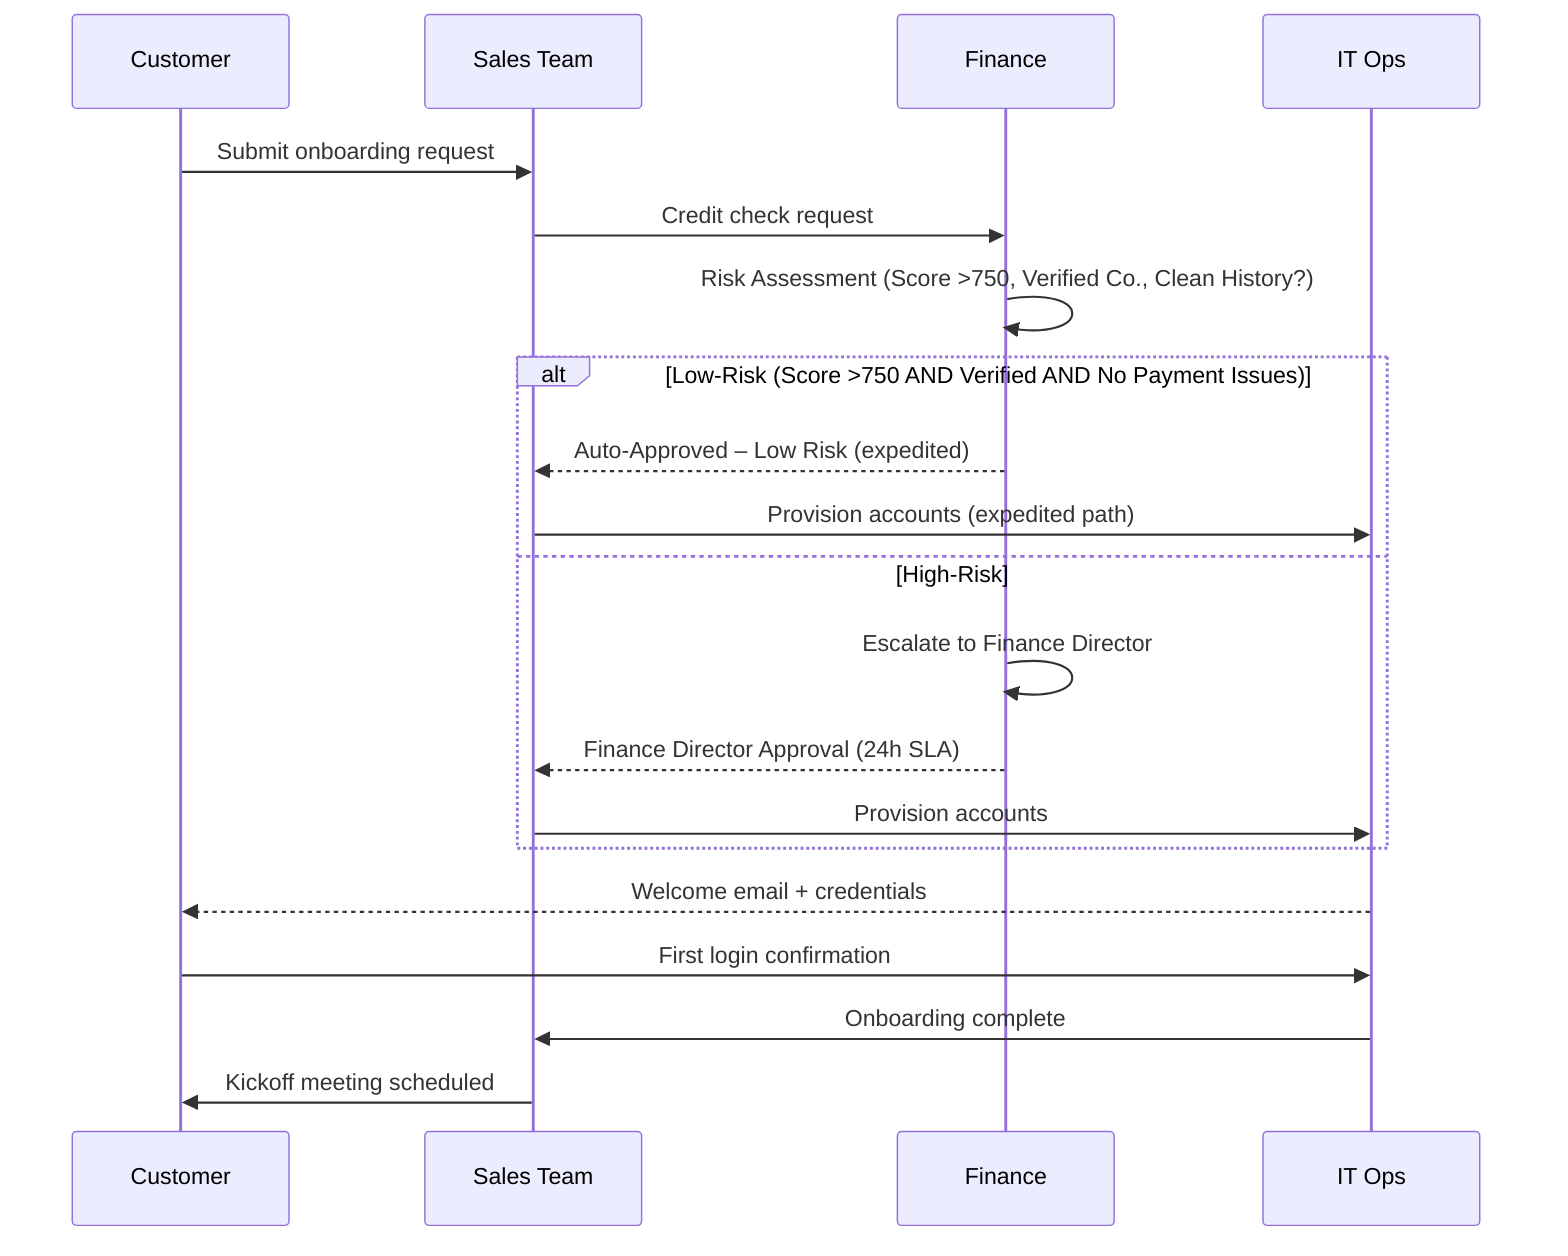
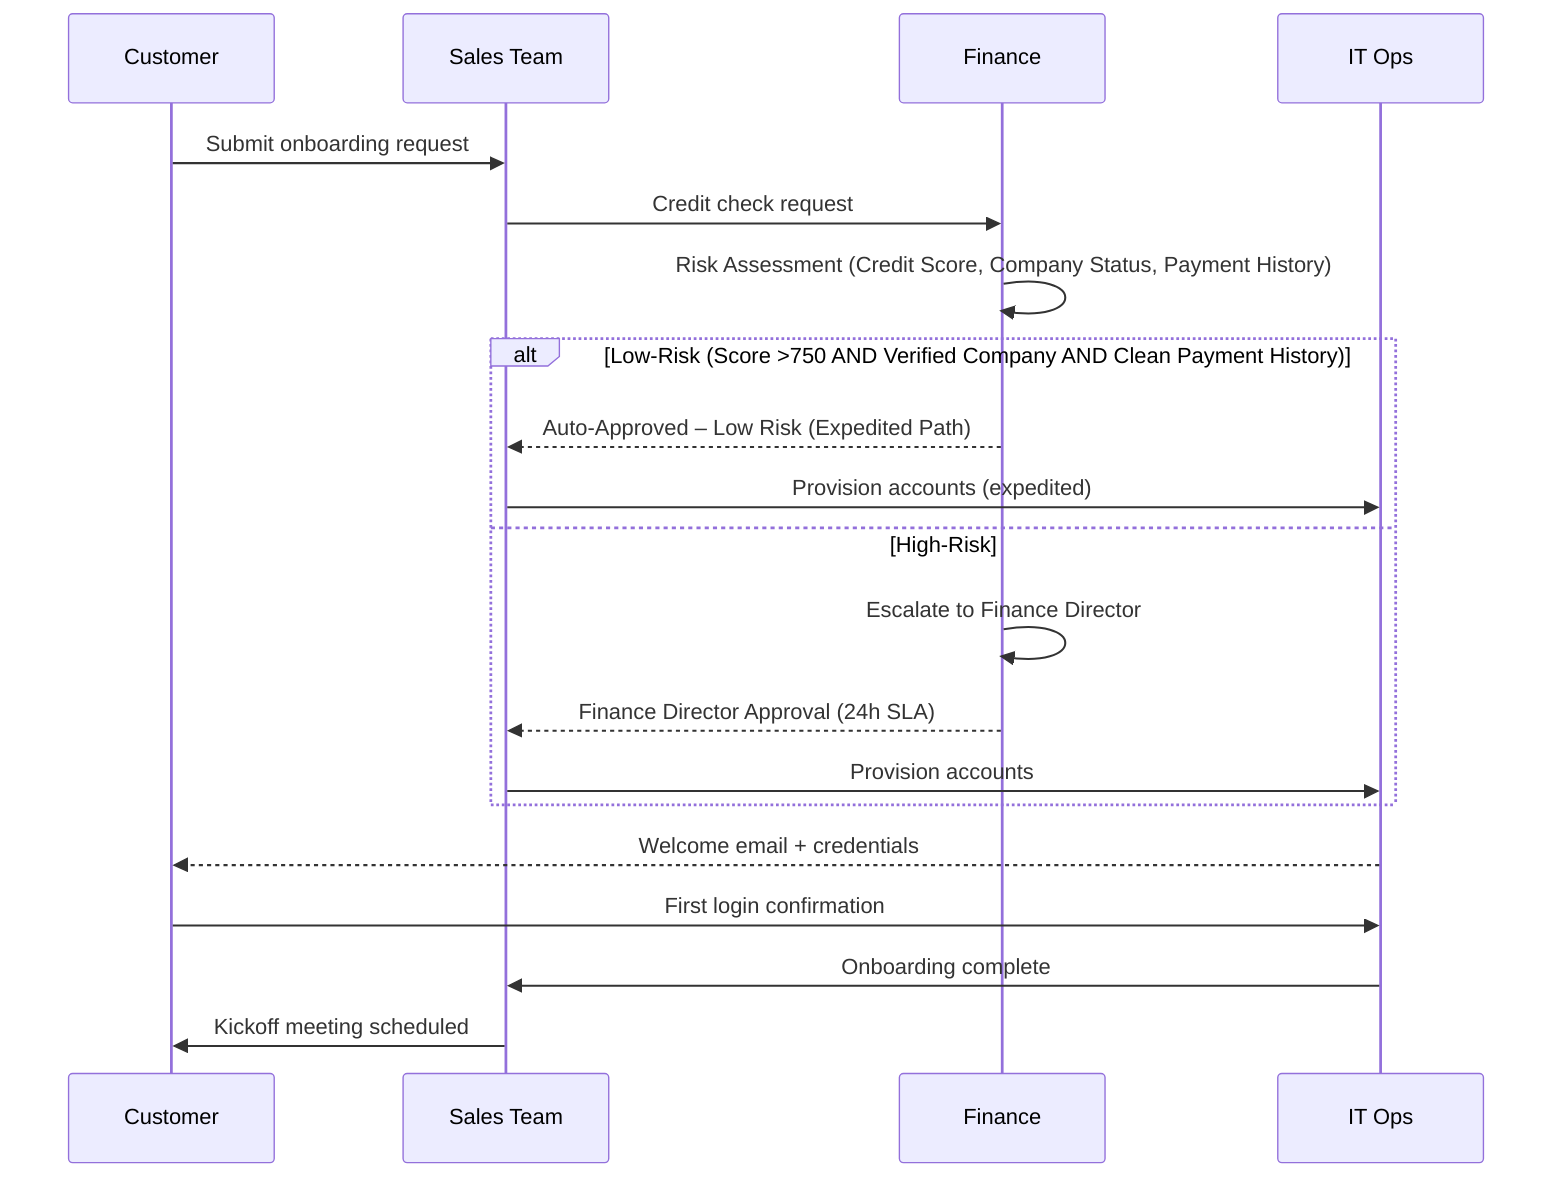
sequenceDiagram
    participant C as Customer
    participant S as Sales Team
    participant F as Finance
    participant IT as IT Ops

    C->>S: Submit onboarding request
    S->>F: Credit check request
-     %% ⚡ CHANGED SECTION — Added risk assessment decision with expedited path for low-risk customers
-     F->>F: Risk Assessment (Score >750, Verified Co., Clean History?)
- 
-     alt Low-Risk (Score >750 AND Verified AND No Payment Issues)
-         F-->>S: Auto-Approved – Low Risk (expedited)
-         S->>IT: Provision accounts (expedited path)
+     %% ⚡ CHANGED SECTION — Added risk assessment with expedited path for low-risk customers
+     F->>F: Risk Assessment (Credit Score, Company Status, Payment History)
+     alt Low-Risk (Score >750 AND Verified Company AND Clean Payment History)
+         F-->>S: Auto-Approved – Low Risk (Expedited Path)
+         S->>IT: Provision accounts (expedited)
    else High-Risk
        F->>F: Escalate to Finance Director
        F-->>S: Finance Director Approval (24h SLA)
        S->>IT: Provision accounts
    end
    %% END CHANGED SECTION
    IT-->>C: Welcome email + credentials
    C->>IT: First login confirmation
    IT->>S: Onboarding complete
    S->>C: Kickoff meeting scheduled

%% EXPLANATION:
- %% Replaced the single Finance approval step with a risk assessment decision point inside Finance. An `alt`/`else` block now branches the flow: low-risk customers (credit score >750, verified company status, no payment history issues) receive automatic approval and proceed directly to account provisioning via an expedited path, while high-risk customers are escalated to the Finance Director for the existing 24h SLA approval workflow. Both paths converge at account provisioning and continue through the same welcome/login/kickoff sequence.+ %% Replaced the single Finance approval step with a risk assessment decision point using an `alt/else` block. The low-risk path (credit score >750, verified company status, no payment history issues) auto-approves and proceeds directly to expedited account provisioning, bypassing Finance Director review. High-risk customers are escalated to the Finance Director for approval under the existing 24h SLA before provisioning proceeds. Both paths then converge at the welcome email step.